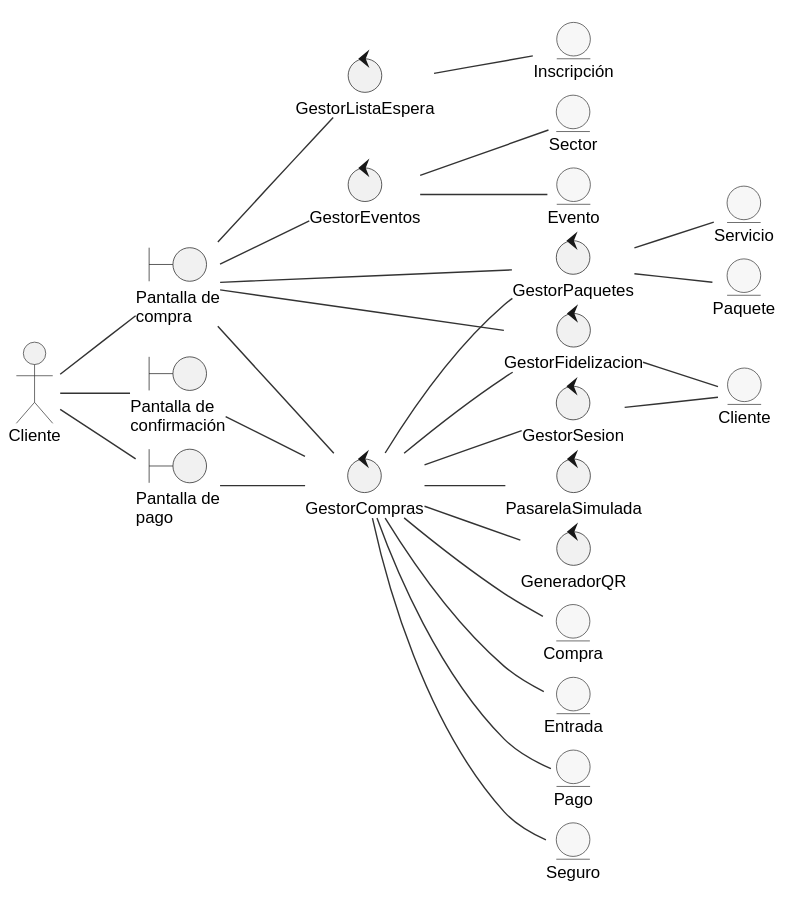
This is docs/diagramas/robustez-comprar-paquete.svg from MaximoAmbro/TrabajoDeDiploma, a PlantUML export, as it was before one commit. Its diagram source:
```plantuml
@startuml
!include _estilo.iuml
left to right direction
skinparam nodesep 6
skinparam ranksep 50

actor Cliente

boundary "Pantalla de\ncompra" as FrmCompra
boundary "Pantalla de\npago" as FrmPago
boundary "Pantalla de\nconfirmación" as FrmConfirmacion

control GestorEventos
control GestorPaquetes
control GestorFidelizacion
control GestorListaEspera
control GestorCompras
control GestorSesion
control PasarelaSimulada
control GeneradorQR

entity Evento
entity Sector
entity Servicio
entity Paquete
entity Cliente as ClienteEnt
entity "Inscripción" as Inscripcion
entity Compra
entity Entrada
entity Pago
entity Seguro

Cliente -- FrmCompra
Cliente -- FrmPago
Cliente -- FrmConfirmacion

FrmCompra -- GestorEventos
FrmCompra -- GestorPaquetes
FrmCompra -- GestorFidelizacion
FrmCompra -- GestorListaEspera
FrmCompra -- GestorCompras
FrmPago -- GestorCompras
FrmConfirmacion -- GestorCompras

GestorCompras -- GestorSesion
GestorCompras -- PasarelaSimulada
GestorCompras -- GeneradorQR
GestorCompras -- GestorPaquetes
GestorCompras -- GestorFidelizacion
GestorSesion -- ClienteEnt

GestorEventos -- Evento
GestorEventos -- Sector
GestorPaquetes -- Paquete
GestorPaquetes -- Servicio
GestorFidelizacion -- ClienteEnt
GestorListaEspera -- Inscripcion
GestorCompras -- Compra
GestorCompras -- Entrada
GestorCompras -- Pago
GestorCompras -- Seguro
@enduml
```
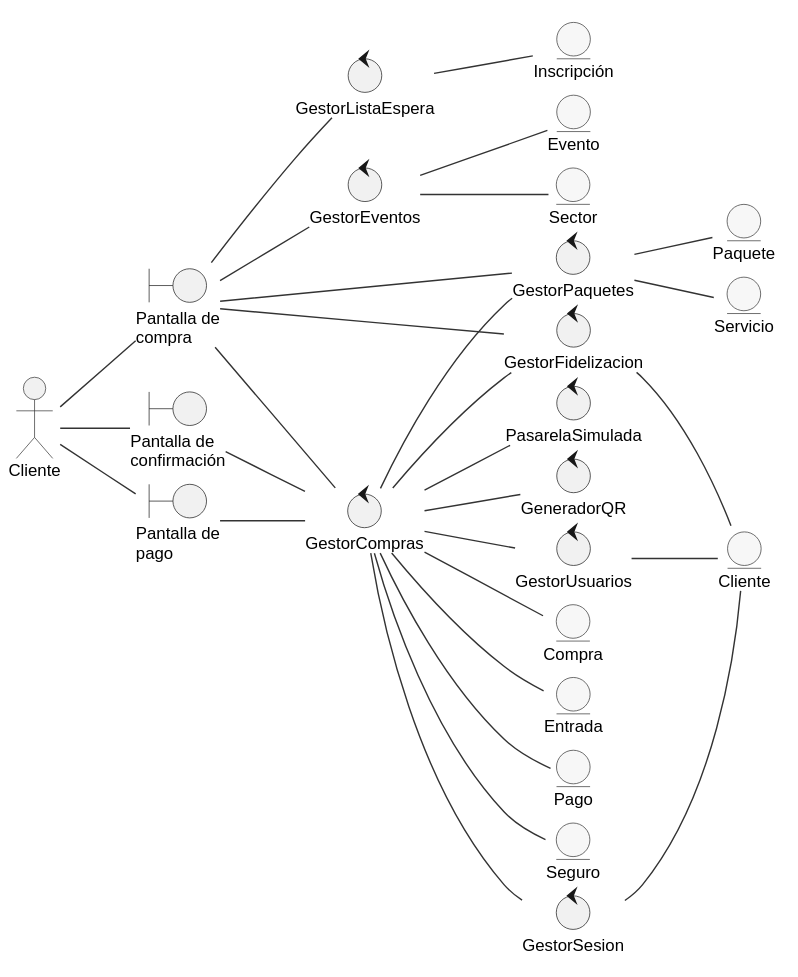
After the change.

Diff of the diagram source:
```diff
@@ -16,6 +16,7 @@
 control GestorListaEspera
 control GestorCompras
 control GestorSesion
+control GestorUsuarios
 control PasarelaSimulada
 control GeneradorQR
 
@@ -43,11 +44,13 @@
 FrmConfirmacion -- GestorCompras
 
 GestorCompras -- GestorSesion
+GestorCompras -- GestorUsuarios
 GestorCompras -- PasarelaSimulada
 GestorCompras -- GeneradorQR
 GestorCompras -- GestorPaquetes
 GestorCompras -- GestorFidelizacion
 GestorSesion -- ClienteEnt
+GestorUsuarios -- ClienteEnt
 
 GestorEventos -- Evento
 GestorEventos -- Sector
```
